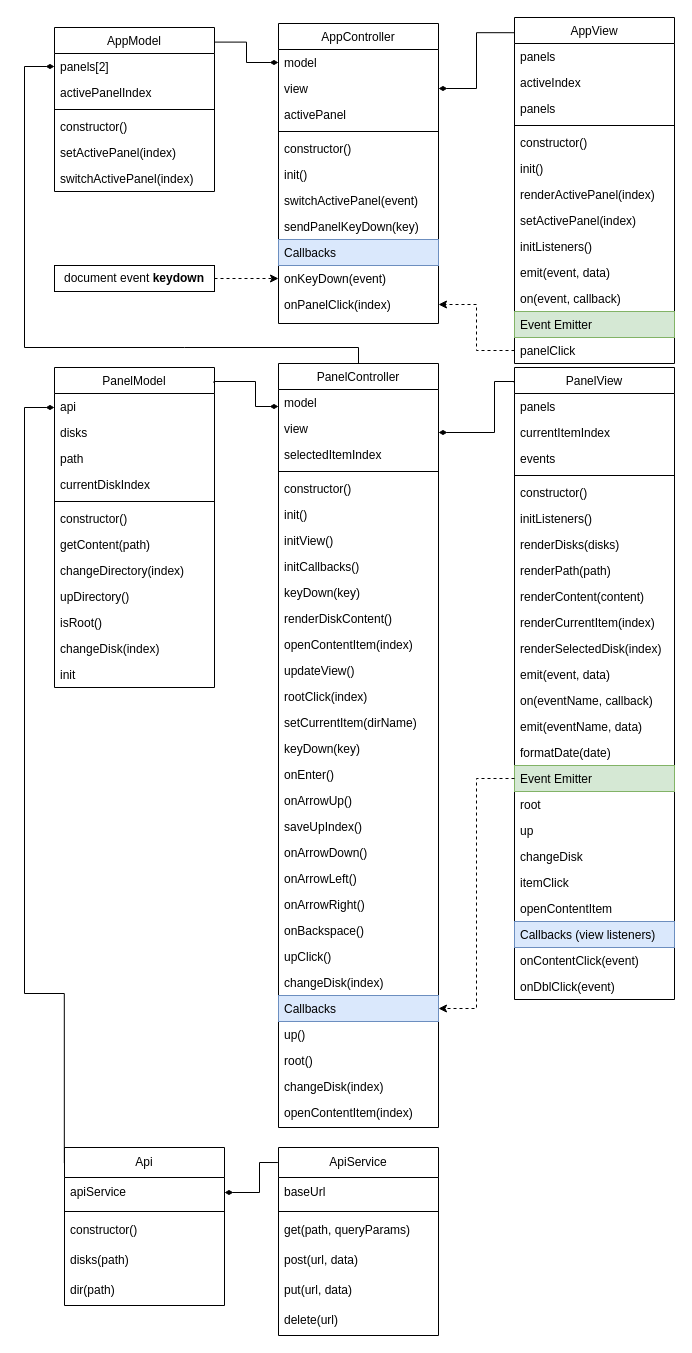
This is UML/HooliCommander.drawio from Nikolas321654/Hooli_Commander, a draw.io file, before an edit. Source tidied: cells renumbered, new cells numbered last; positions are measured from the earlier drawing's top-left corner, leaving out a move shared by most shapes. Both pictures are drawn from the tidied source at 100%, with x=0, y=0 at pixel (24, 17).
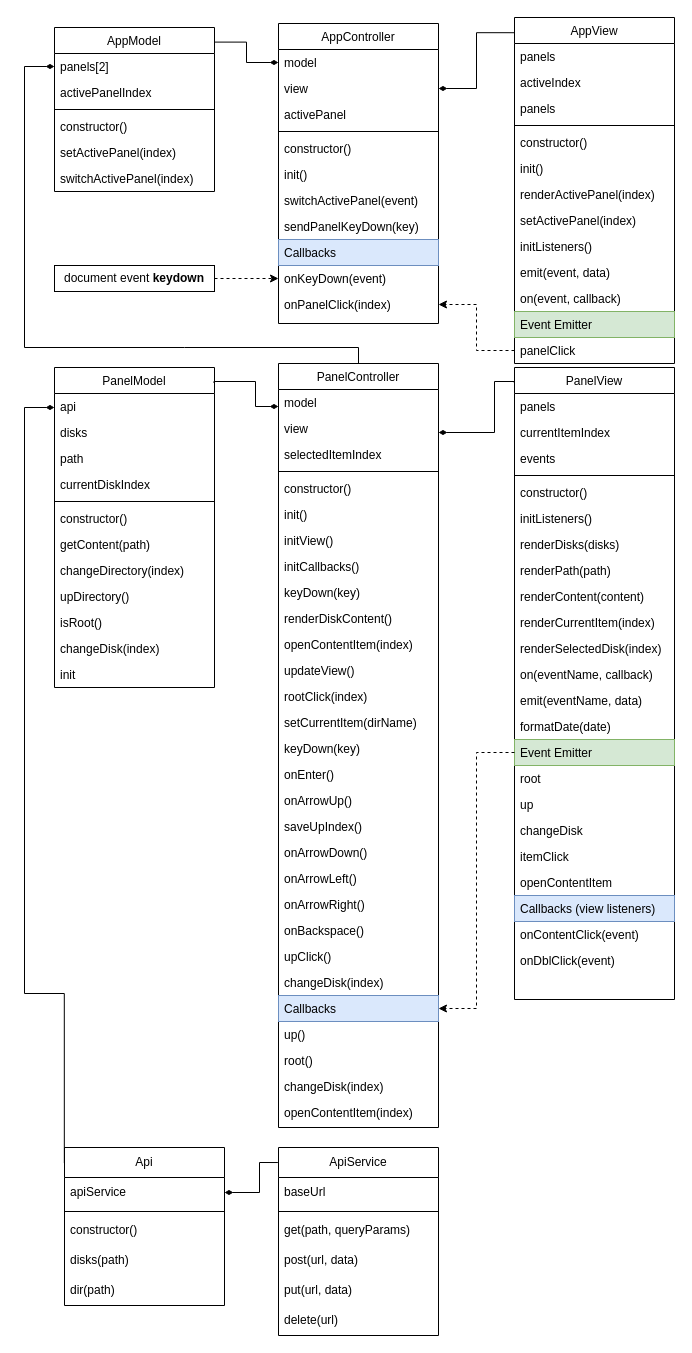
The same page after the edit.

The change refers to these unchanged cells:
```xml
<mxCell id="68" value="PanelView" style="swimlane;fontStyle=0;align=center;verticalAlign=top;horizontal=1;startSize=26;rounded=0;shadow=0;strokeWidth=1;" parent="1" vertex="1">
  <mxGeometry x="490" y="350" width="160" height="632" as="geometry" />
</mxCell>
```

Change to the diagram source:
```diff
@@
-    <mxCell id="80" value="emit(event, data)" style="text;align=left;verticalAlign=top;spacingLeft=4;spacingRight=4;overflow=hidden;" parent="68" vertex="1">
-      <mxGeometry y="294" width="160" height="26" as="geometry" />
-    </mxCell>
     <mxCell id="81" value="on(eventName, callback)" style="text;align=left;verticalAlign=top;spacingLeft=4;spacingRight=4;overflow=hidden;" parent="68" vertex="1">
-      <mxGeometry y="320" width="160" height="26" as="geometry" />
+      <mxGeometry y="294" width="160" height="26" as="geometry" />
     </mxCell>
     <mxCell id="82" value="emit(eventName, data)" style="text;align=left;verticalAlign=top;spacingLeft=4;spacingRight=4;overflow=hidden;" parent="68" vertex="1">
-      <mxGeometry y="346" width="160" height="26" as="geometry" />
+      <mxGeometry y="320" width="160" height="26" as="geometry" />
     </mxCell>
     <mxCell id="83" value="formatDate(date)" style="text;align=left;verticalAlign=top;spacingLeft=4;spacingRight=4;overflow=hidden;" parent="68" vertex="1">
-      <mxGeometry y="372" width="160" height="26" as="geometry" />
+      <mxGeometry y="346" width="160" height="26" as="geometry" />
     </mxCell>
     <mxCell id="84" value="Event Emitter" style="text;align=left;verticalAlign=top;spacingLeft=4;spacingRight=4;overflow=hidden;points=[[0,0.5],[1,0.5]];portConstraint=eastwest;fillColor=#d5e8d4;strokeColor=#82b366;" parent="68" vertex="1">
-      <mxGeometry y="398" width="160" height="26" as="geometry" />
+      <mxGeometry y="372" width="160" height="26" as="geometry" />
     </mxCell>
     <mxCell id="85" value="root" style="text;align=left;verticalAlign=top;spacingLeft=4;spacingRight=4;overflow=hidden;" parent="68" vertex="1">
-      <mxGeometry y="424" width="160" height="26" as="geometry" />
+      <mxGeometry y="398" width="160" height="26" as="geometry" />
     </mxCell>
     <mxCell id="86" value="up" style="text;align=left;verticalAlign=top;spacingLeft=4;spacingRight=4;overflow=hidden;" parent="68" vertex="1">
-      <mxGeometry y="450" width="160" height="26" as="geometry" />
+      <mxGeometry y="424" width="160" height="26" as="geometry" />
     </mxCell>
     <mxCell id="87" value="changeDisk" style="text;align=left;verticalAlign=top;spacingLeft=4;spacingRight=4;overflow=hidden;" parent="68" vertex="1">
-      <mxGeometry y="476" width="160" height="26" as="geometry" />
+      <mxGeometry y="450" width="160" height="26" as="geometry" />
     </mxCell>
     <mxCell id="88" value="itemClick" style="text;align=left;verticalAlign=top;spacingLeft=4;spacingRight=4;overflow=hidden;" parent="68" vertex="1">
-      <mxGeometry y="502" width="160" height="26" as="geometry" />
+      <mxGeometry y="476" width="160" height="26" as="geometry" />
     </mxCell>
     <mxCell id="89" value="openContentItem" style="text;align=left;verticalAlign=top;spacingLeft=4;spacingRight=4;overflow=hidden;" parent="68" vertex="1">
-      <mxGeometry y="528" width="160" height="26" as="geometry" />
+      <mxGeometry y="502" width="160" height="26" as="geometry" />
     </mxCell>
     <mxCell id="90" value="Callbacks (view listeners)" style="text;align=left;verticalAlign=top;spacingLeft=4;spacingRight=4;overflow=hidden;fillColor=#dae8fc;strokeColor=#6c8ebf;" parent="68" vertex="1">
-      <mxGeometry y="554" width="160" height="26" as="geometry" />
+      <mxGeometry y="528" width="160" height="26" as="geometry" />
     </mxCell>
     <mxCell id="91" value="onContentClick(event)" style="text;align=left;verticalAlign=top;spacingLeft=4;spacingRight=4;overflow=hidden;" parent="68" vertex="1">
-      <mxGeometry y="580" width="160" height="26" as="geometry" />
+      <mxGeometry y="554" width="160" height="26" as="geometry" />
     </mxCell>
     <mxCell id="92" value="onDblClick(event)" style="text;align=left;verticalAlign=top;spacingLeft=4;spacingRight=4;overflow=hidden;" parent="68" vertex="1">
-      <mxGeometry y="606" width="160" height="26" as="geometry" />
+      <mxGeometry y="580" width="160" height="26" as="geometry" />
     </mxCell>
```
